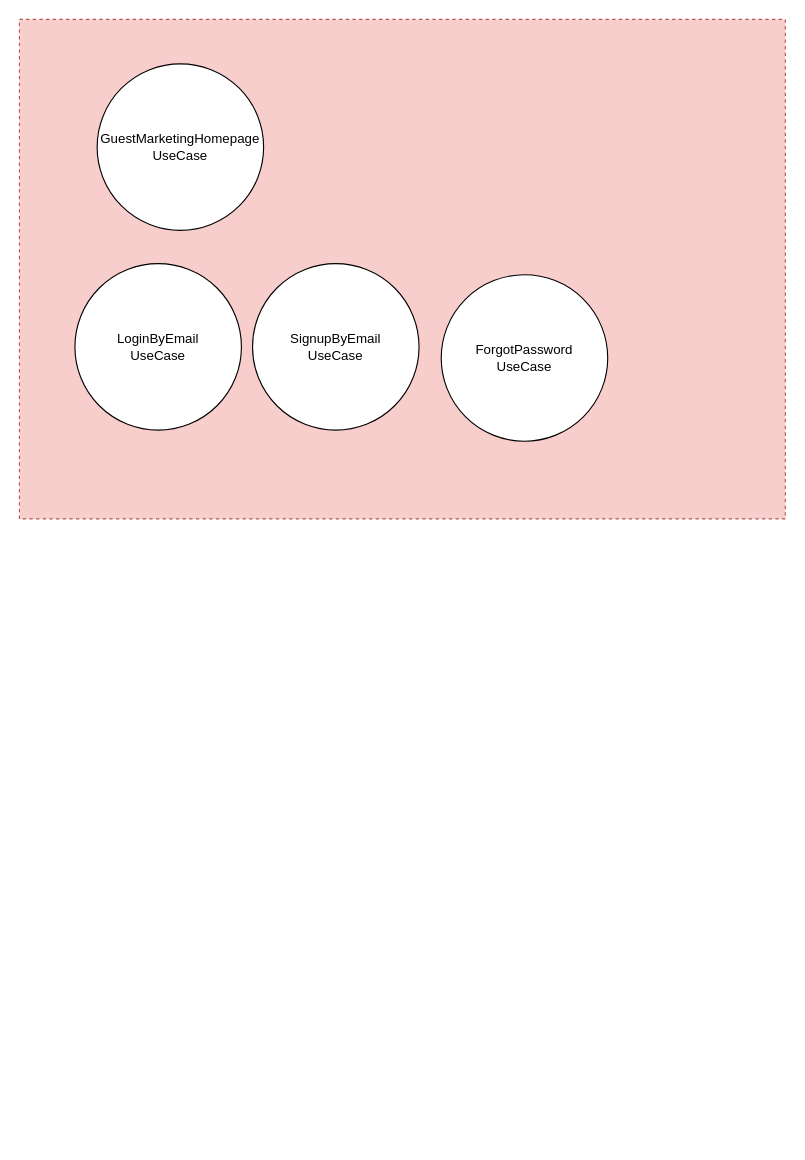
Above: 3. draw.io/Untitled Diagram.drawio in aryskaliyev/go-bite-projects (draw.io), before the change. Source tidied: cells renumbered, new cells numbered last; positions are measured from the earlier drawing's top-left corner, leaving out a move shared by most shapes. Both pictures are drawn from the tidied source at 111%, with x=0, y=0 at pixel (19, 19).
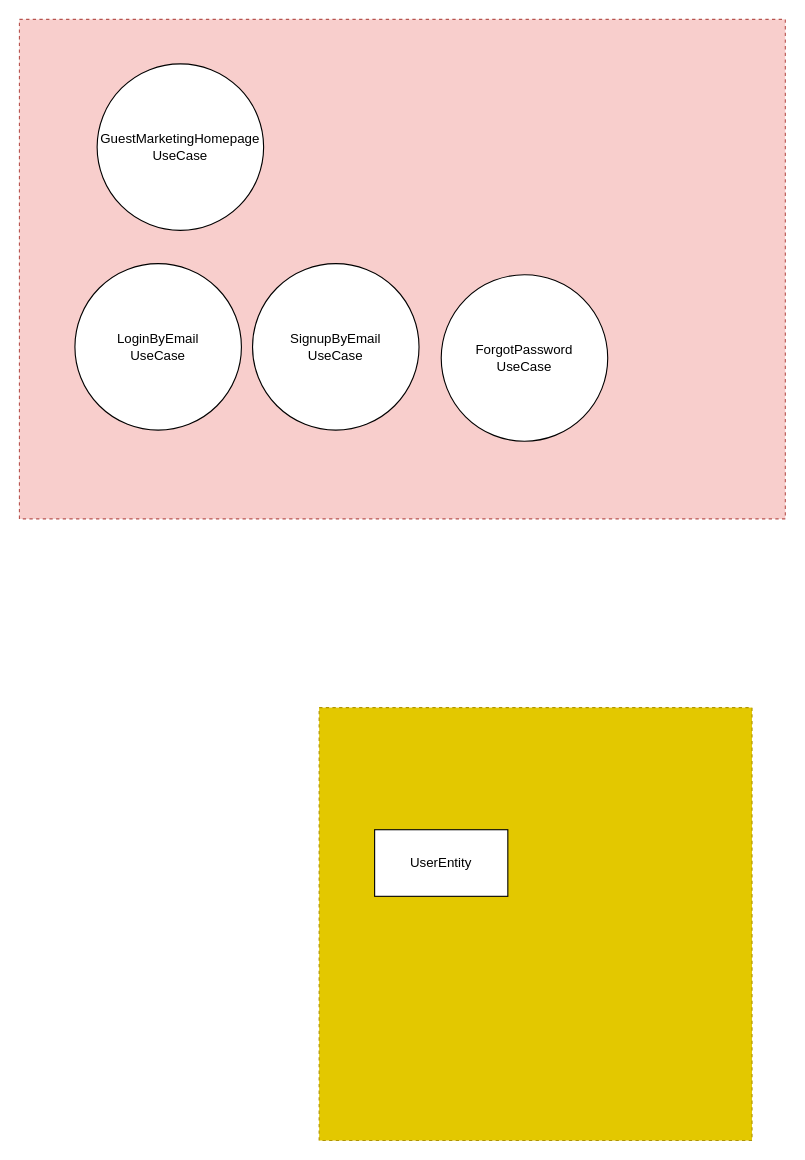
After the change.

The edit, as a diff of the source:
```diff
@@
 <mxGraphModel>
   <root>
     <mxCell id="0" />
     <mxCell id="1" parent="0" />
     <mxCell id="2" style="rounded=0;whiteSpace=wrap;html=1;fillColor=#f8cecc;strokeColor=#b85450;dashed=1;" parent="1" vertex="1">
       <mxGeometry width="690" height="450" as="geometry" />
     </mxCell>
     <mxCell id="3" value="&lt;div&gt;LoginByEmail&lt;/div&gt;&lt;div&gt;UseCase&lt;br&gt;&lt;/div&gt;" style="ellipse;whiteSpace=wrap;html=1;" parent="1" vertex="1">
       <mxGeometry x="50" y="220" width="150" height="150" as="geometry" />
     </mxCell>
     <mxCell id="4" value="&lt;div&gt;SignupByEmail&lt;/div&gt;&lt;div&gt;UseCase&lt;br&gt;&lt;/div&gt;" style="ellipse;whiteSpace=wrap;html=1;" parent="1" vertex="1">
       <mxGeometry x="210" y="220" width="150" height="150" as="geometry" />
     </mxCell>
     <mxCell id="5" value="&lt;div&gt;ForgotPassword&lt;/div&gt;&lt;div&gt;UseCase&lt;br&gt;&lt;/div&gt;" style="ellipse;whiteSpace=wrap;html=1;" parent="1" vertex="1">
       <mxGeometry x="380" y="230" width="150" height="150" as="geometry" />
     </mxCell>
     <mxCell id="6" value="GuestMarketingHomepage&lt;br&gt;&lt;div&gt;UseCase&lt;/div&gt;" style="ellipse;whiteSpace=wrap;html=1;" parent="1" vertex="1">
       <mxGeometry x="70" y="40" width="150" height="150" as="geometry" />
     </mxCell>
+    <mxCell id="7" style="whiteSpace=wrap;html=1;fillColor=#e3c800;fontColor=#000000;strokeColor=#B09500;dashed=1;" parent="1" vertex="1">
+      <mxGeometry x="270" y="620" width="390" height="390" as="geometry" />
+    </mxCell>
+    <mxCell id="8" value="UserEntity" style="rounded=0;whiteSpace=wrap;html=1;" parent="1" vertex="1">
+      <mxGeometry x="320" y="730" width="120" height="60" as="geometry" />
+    </mxCell>
   </root>
 </mxGraphModel>
```
